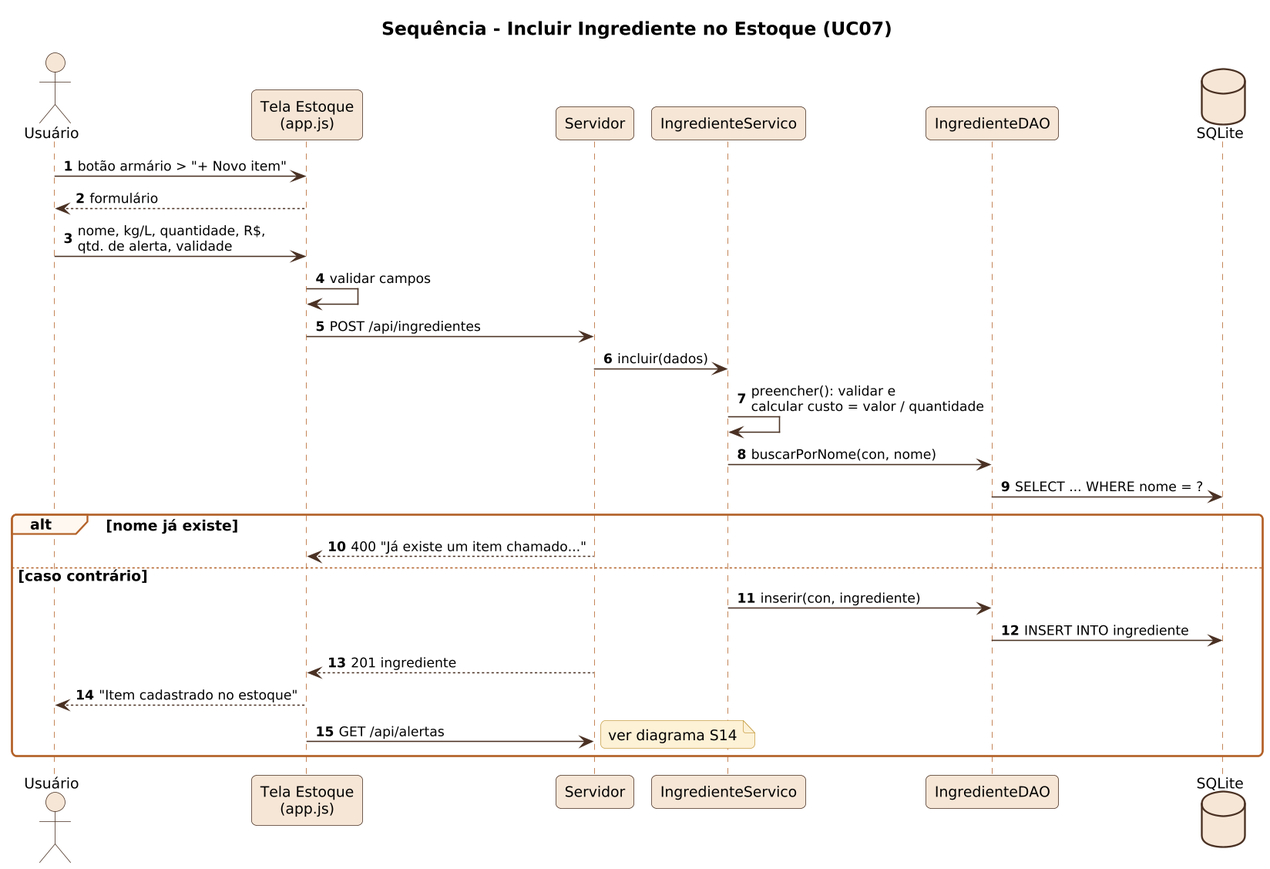
Earlier version of the PlantUML export docs/diagramas/png/S05_seq_incluir_ingrediente.png (Hallff/ConfeitaSys).
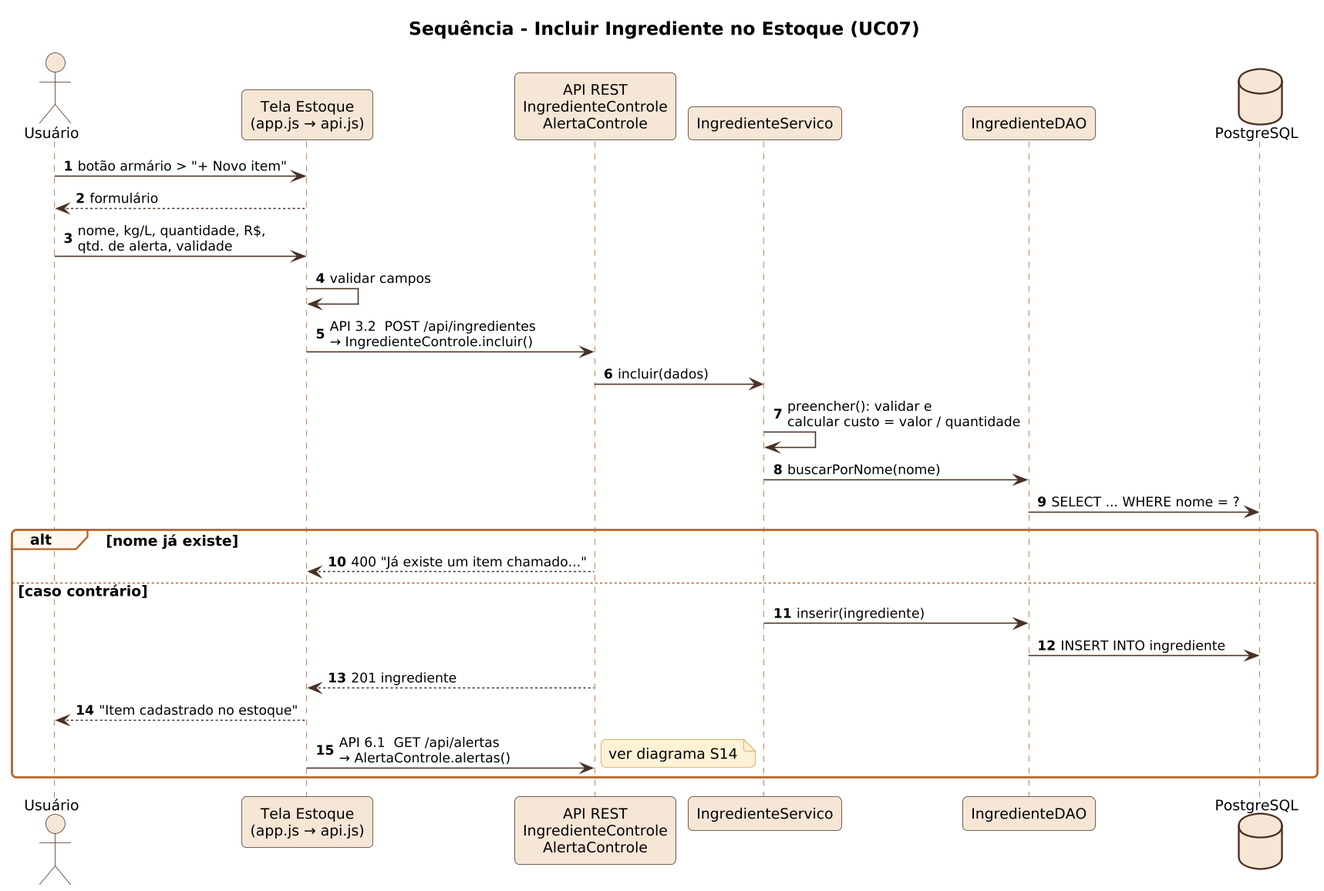
Later version of the same file.

What changed in the source:
```diff
@@ -2,28 +2,28 @@
 !include _seq.iuml
 title Sequência - Incluir Ingrediente no Estoque (UC07)
 actor Usuário as U
-participant "Tela Estoque\n(app.js)" as T
-participant Servidor as S
+participant "Tela Estoque\n(app.js → api.js)" as T
+participant "API REST\nIngredienteControle\nAlertaControle" as S
 participant IngredienteServico as IS
 participant IngredienteDAO as D
-database SQLite as DB
+database "PostgreSQL" as DB
 U -> T : botão armário > "+ Novo item"
 T --> U : formulário
 U -> T : nome, kg/L, quantidade, R$,\nqtd. de alerta, validade
 T -> T : validar campos
-T -> S : POST /api/ingredientes
+T -> S : API 3.2  POST /api/ingredientes\n→ IngredienteControle.incluir()
 S -> IS : incluir(dados)
 IS -> IS : preencher(): validar e\ncalcular custo = valor / quantidade
-IS -> D : buscarPorNome(con, nome)
+IS -> D : buscarPorNome(nome)
 D -> DB : SELECT ... WHERE nome = ?
 alt nome já existe
   S --> T : 400 "Já existe um item chamado..."
 else caso contrário
-  IS -> D : inserir(con, ingrediente)
+  IS -> D : inserir(ingrediente)
   D -> DB : INSERT INTO ingrediente
   S --> T : 201 ingrediente
   T --> U : "Item cadastrado no estoque"
-  T -> S : GET /api/alertas
+  T -> S : API 6.1  GET /api/alertas\n→ AlertaControle.alertas()
   note right : ver diagrama S14
 end
 @enduml
```
